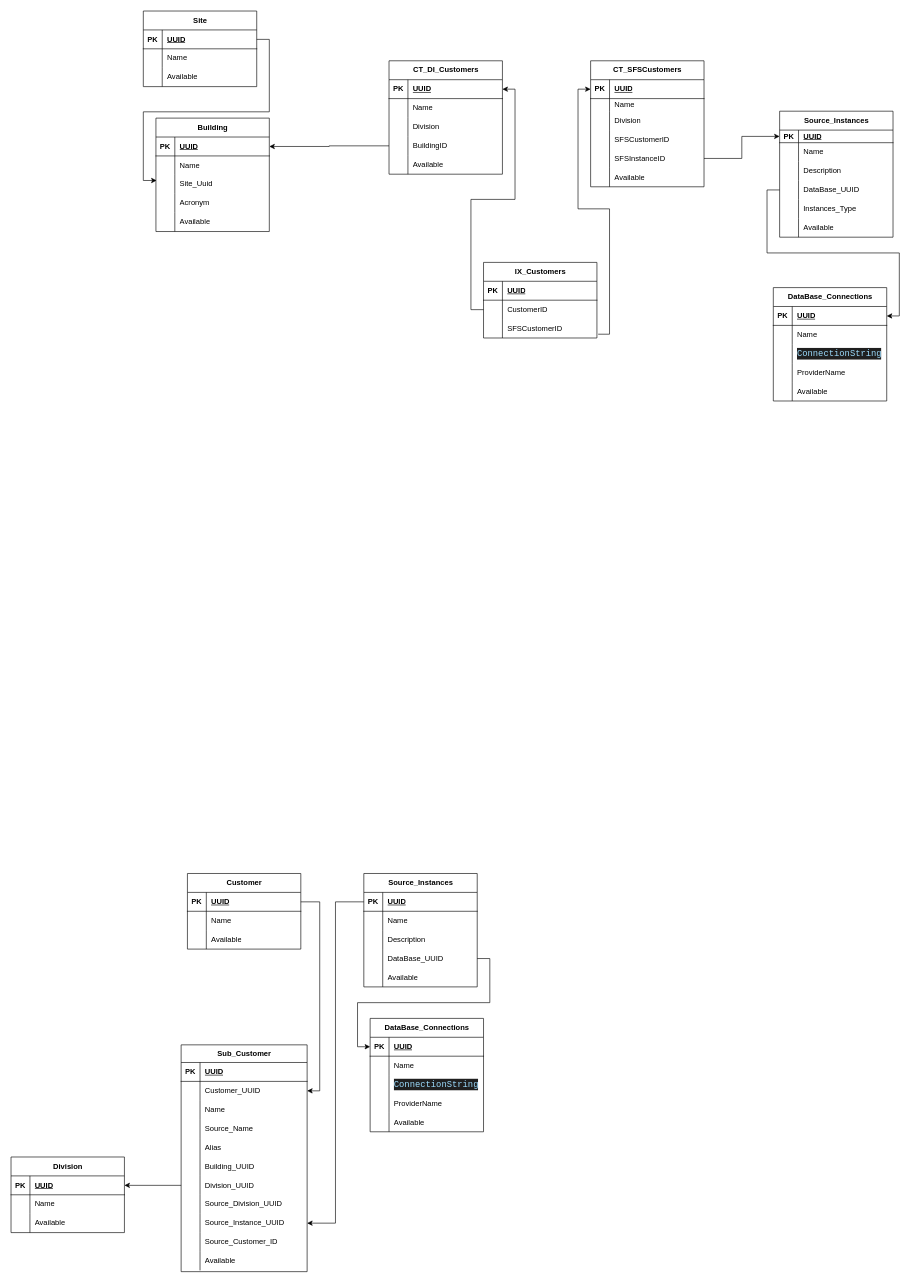
The draw.io diagram page "Copy of Customers DATAINTEGRITY" (2 of 15) of Untitled Diagram.drawio in byok22/backend, before the edit. Source tidied: cells renumbered, new cells numbered last; positions are measured from the earlier drawing's top-left corner, leaving out a move shared by most shapes. Both pictures are drawn from the tidied source at 63%, with x=0, y=0 at pixel (11, 11).
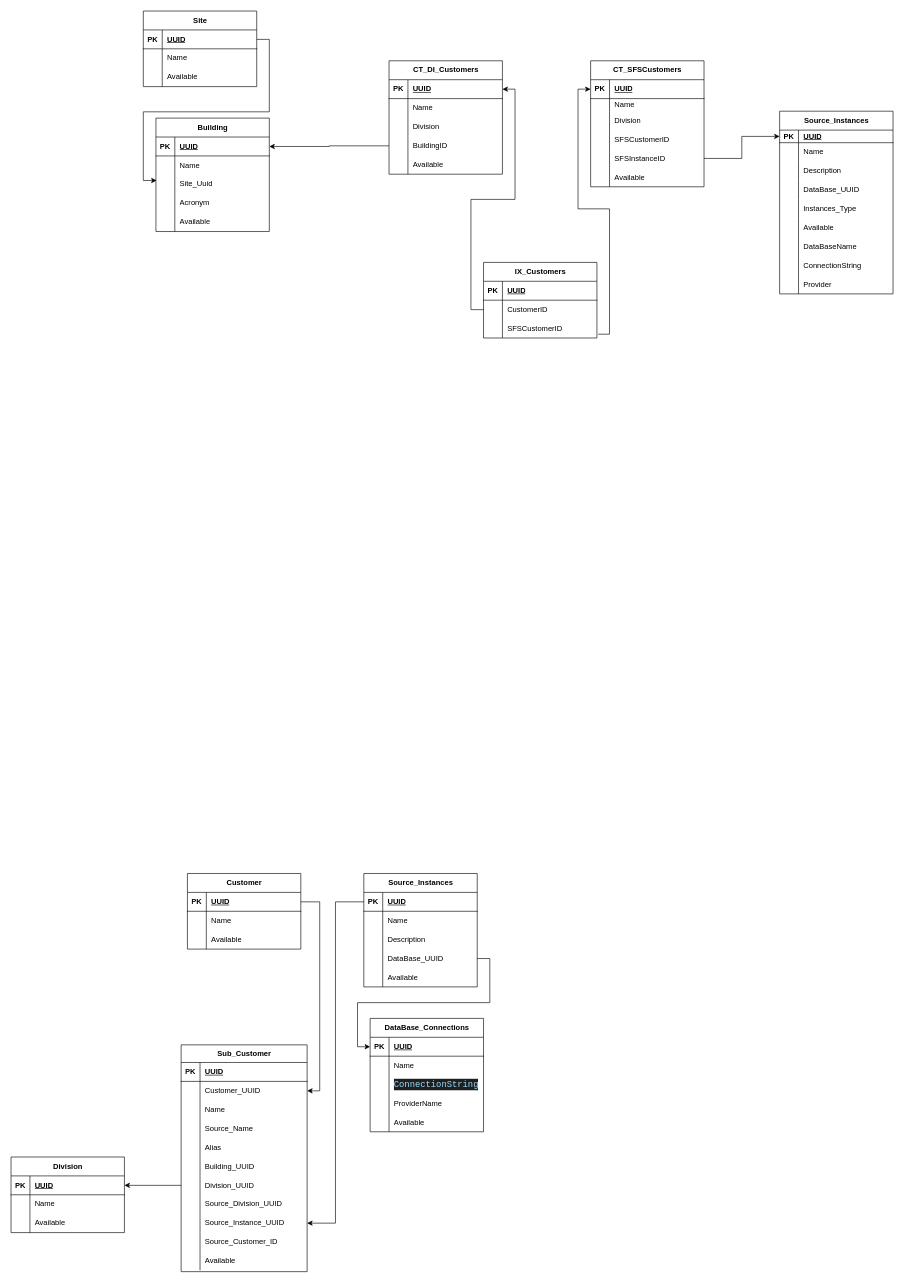
Above is the later version.

Unchanged cells that the change refers to:
```xml
<mxCell id="55" style="shape=tableRow;horizontal=0;startSize=0;swimlaneHead=0;swimlaneBody=0;fillColor=none;points=[[0,0.5],[1,0.5]];portConstraint=eastwest;top=0;left=0;right=0;bottom=0;" parent="45" vertex="1">
  <mxGeometry y="110" width="180" height="30" as="geometry" />
</mxCell>
```

What changed in the source:
```diff
@@
     <mxCell id="45" value="Source_Instances" style="shape=table;startSize=30;childLayout=tableLayout;rowLines=0;fontStyle=1;align=center;html=1;" parent="1" vertex="1">
-      <mxGeometry x="1220" y="159" width="180" height="200" as="geometry" />
+      <mxGeometry x="1220" y="159" width="180" height="290" as="geometry" />
     </mxCell>
@@
-    <mxCell id="64" value="DataBase_Connections" style="shape=table;startSize=30;childLayout=tableLayout;rowLines=0;fontStyle=1;align=center;html=1;" parent="1" vertex="1">
-      <mxGeometry x="1210" y="439" width="180" height="180" as="geometry" />
-    </mxCell>
-    <mxCell id="65" style="shape=tableRow;horizontal=0;startSize=0;swimlaneHead=0;swimlaneBody=0;fillColor=none;points=[[0,0.5],[1,0.5]];portConstraint=eastwest;top=0;left=0;right=0;bottom=1;" parent="64" vertex="1">
-      <mxGeometry y="30" width="180" height="30" as="geometry" />
-    </mxCell>
-    <mxCell id="66" value="PK" style="shape=partialRectangle;fillColor=none;top=0;left=0;bottom=0;right=0;fontStyle=1;overflow=hidden;whiteSpace=wrap;html=1;" parent="65" vertex="1">
-      <mxGeometry width="30" height="30" as="geometry" />
-    </mxCell>
-    <mxCell id="67" value="UUID" style="shape=partialRectangle;fillColor=none;top=0;left=0;bottom=0;right=0;align=left;spacingLeft=6;fontStyle=5;overflow=hidden;whiteSpace=wrap;html=1;" parent="65" vertex="1">
-      <mxGeometry x="30" width="150" height="30" as="geometry" />
-    </mxCell>
-    <mxCell id="68" style="shape=tableRow;horizontal=0;startSize=0;swimlaneHead=0;swimlaneBody=0;fillColor=none;top=0;left=0;right=0;bottom=0;" parent="64" vertex="1">
-      <mxGeometry y="60" width="180" height="30" as="geometry" />
-    </mxCell>
-    <mxCell id="69" style="shape=partialRectangle;fillColor=none;top=0;left=0;bottom=0;right=0;overflow=hidden;whiteSpace=wrap;html=1;" parent="68" vertex="1">
-      <mxGeometry width="30" height="30" as="geometry" />
-    </mxCell>
-    <mxCell id="70" value="Name" style="shape=partialRectangle;fillColor=none;top=0;left=0;bottom=0;right=0;align=left;spacingLeft=6;overflow=hidden;whiteSpace=wrap;html=1;" parent="68" vertex="1">
-      <mxGeometry x="30" width="150" height="30" as="geometry" />
-    </mxCell>
-    <mxCell id="71" style="shape=tableRow;horizontal=0;startSize=0;swimlaneHead=0;swimlaneBody=0;fillColor=none;top=0;left=0;right=0;bottom=0;" parent="64" vertex="1">
-      <mxGeometry y="90" width="180" height="30" as="geometry" />
-    </mxCell>
-    <mxCell id="72" style="shape=partialRectangle;fillColor=none;top=0;left=0;bottom=0;right=0;overflow=hidden;whiteSpace=wrap;html=1;" parent="71" vertex="1">
-      <mxGeometry width="30" height="30" as="geometry" />
-    </mxCell>
+    <mxCell id="204" style="shape=tableRow;horizontal=0;startSize=0;swimlaneHead=0;swimlaneBody=0;fillColor=none;top=0;left=0;right=0;bottom=0;" parent="45" vertex="1">
+      <mxGeometry y="200" width="180" height="30" as="geometry" />
+    </mxCell>
+    <mxCell id="205" style="shape=partialRectangle;fillColor=none;top=0;left=0;bottom=0;right=0;overflow=hidden;whiteSpace=wrap;html=1;" parent="204" vertex="1">
+      <mxGeometry width="30" height="30" as="geometry" />
+    </mxCell>
+    <mxCell id="206" value="DataBaseName" style="shape=partialRectangle;fillColor=none;top=0;left=0;bottom=0;right=0;align=left;spacingLeft=6;overflow=hidden;whiteSpace=wrap;html=1;" parent="204" vertex="1">
+      <mxGeometry x="30" width="150" height="30" as="geometry" />
+    </mxCell>
+    <mxCell id="207" style="shape=tableRow;horizontal=0;startSize=0;swimlaneHead=0;swimlaneBody=0;fillColor=none;top=0;left=0;right=0;bottom=0;" parent="45" vertex="1">
+      <mxGeometry y="230" width="180" height="30" as="geometry" />
+    </mxCell>
+    <mxCell id="208" style="shape=partialRectangle;fillColor=none;top=0;left=0;bottom=0;right=0;overflow=hidden;whiteSpace=wrap;html=1;" parent="207" vertex="1">
+      <mxGeometry width="30" height="30" as="geometry" />
+    </mxCell>
-    <mxCell id="73" value="&lt;div style=&quot;color: #cccccc;background-color: #1f1f1f;font-family: Consolas, 'Courier New', monospace;font-weight: normal;font-size: 14px;line-height: 19px;white-space: pre;&quot;&gt;&lt;div&gt;&lt;span style=&quot;color: #9cdcfe;&quot;&gt;ConnectionString&lt;/span&gt;&lt;/div&gt;&lt;/div&gt;" style="shape=partialRectangle;fillColor=none;top=0;left=0;bottom=0;right=0;align=left;spacingLeft=6;overflow=hidden;whiteSpace=wrap;html=1;" parent="71" vertex="1">
+    <mxCell id="73" value="ConnectionString" style="shape=partialRectangle;fillColor=none;top=0;left=0;bottom=0;right=0;align=left;spacingLeft=6;overflow=hidden;whiteSpace=wrap;html=1;" parent="207" vertex="1">
       <mxGeometry x="30" width="150" height="30" as="geometry" />
     </mxCell>
-    <mxCell id="74" style="shape=tableRow;horizontal=0;startSize=0;swimlaneHead=0;swimlaneBody=0;fillColor=none;top=0;left=0;right=0;bottom=0;" parent="64" vertex="1">
-      <mxGeometry y="120" width="180" height="30" as="geometry" />
-    </mxCell>
-    <mxCell id="75" style="shape=partialRectangle;fillColor=none;top=0;left=0;bottom=0;right=0;overflow=hidden;whiteSpace=wrap;html=1;" parent="74" vertex="1">
-      <mxGeometry width="30" height="30" as="geometry" />
-    </mxCell>
-    <mxCell id="76" value="ProviderName" style="shape=partialRectangle;fillColor=none;top=0;left=0;bottom=0;right=0;align=left;spacingLeft=6;overflow=hidden;whiteSpace=wrap;html=1;" parent="74" vertex="1">
-      <mxGeometry x="30" width="150" height="30" as="geometry" />
-    </mxCell>
-    <mxCell id="77" style="shape=tableRow;horizontal=0;startSize=0;swimlaneHead=0;swimlaneBody=0;fillColor=none;top=0;left=0;right=0;bottom=0;" parent="64" vertex="1">
-      <mxGeometry y="150" width="180" height="30" as="geometry" />
-    </mxCell>
-    <mxCell id="78" style="shape=partialRectangle;fillColor=none;top=0;left=0;bottom=0;right=0;overflow=hidden;whiteSpace=wrap;html=1;" parent="77" vertex="1">
-      <mxGeometry width="30" height="30" as="geometry" />
-    </mxCell>
-    <mxCell id="79" value="Available" style="shape=partialRectangle;fillColor=none;top=0;left=0;bottom=0;right=0;align=left;spacingLeft=6;overflow=hidden;whiteSpace=wrap;html=1;" parent="77" vertex="1">
-      <mxGeometry x="30" width="150" height="30" as="geometry" />
-    </mxCell>
-    <mxCell id="80" style="edgeStyle=orthogonalEdgeStyle;rounded=0;jettySize=auto;html=1;" parent="1" edge="1" source="55" target="65">
-      <mxGeometry relative="1" as="geometry" />
-    </mxCell>
+    <mxCell id="209" style="shape=tableRow;horizontal=0;startSize=0;swimlaneHead=0;swimlaneBody=0;fillColor=none;top=0;left=0;right=0;bottom=0;" parent="45" vertex="1">
+      <mxGeometry y="260" width="180" height="30" as="geometry" />
+    </mxCell>
+    <mxCell id="210" style="shape=partialRectangle;fillColor=none;top=0;left=0;bottom=0;right=0;overflow=hidden;whiteSpace=wrap;html=1;" parent="209" vertex="1">
+      <mxGeometry width="30" height="30" as="geometry" />
+    </mxCell>
+    <mxCell id="211" value="Provider" style="shape=partialRectangle;fillColor=none;top=0;left=0;bottom=0;right=0;align=left;spacingLeft=6;overflow=hidden;whiteSpace=wrap;html=1;" parent="209" vertex="1">
+      <mxGeometry x="30" width="150" height="30" as="geometry" />
+    </mxCell>
```
